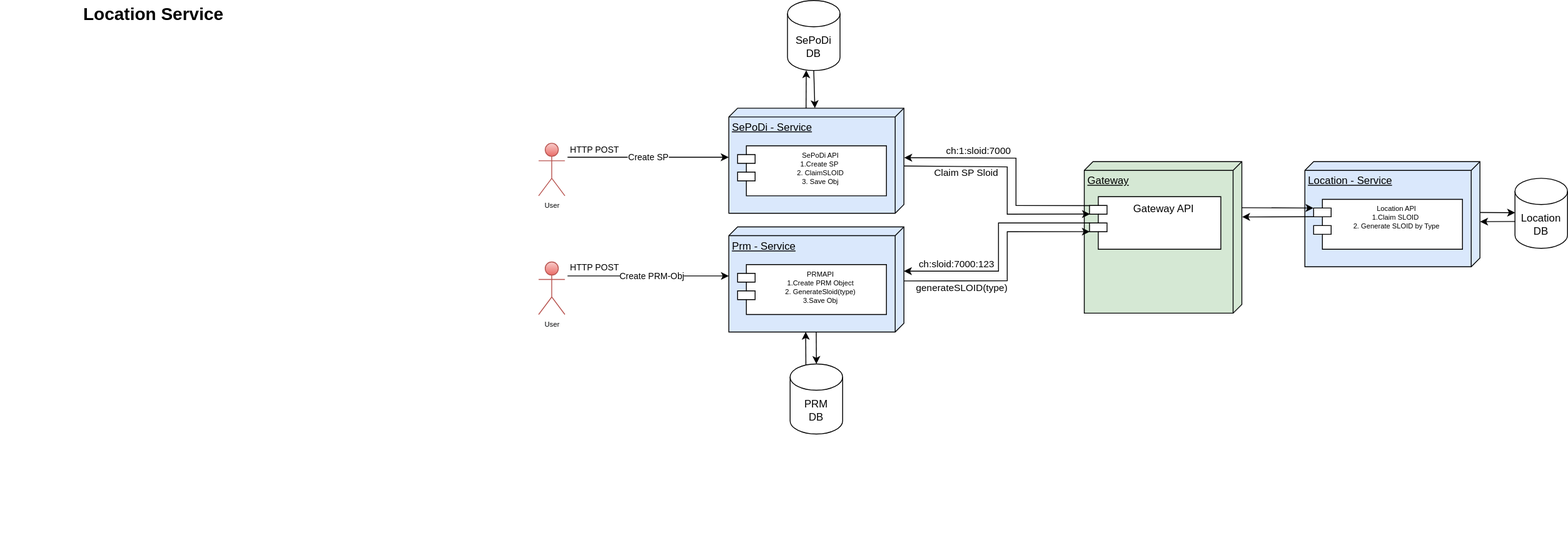
Earlier version of the draw.io export location/documentation/location-service.svg (SchweizerischeBundesbahnen/atlas). Source tidied: cells renumbered, new cells last; positions are measured from the earlier drawing's top-left corner, leaving out a move shared by most shapes.
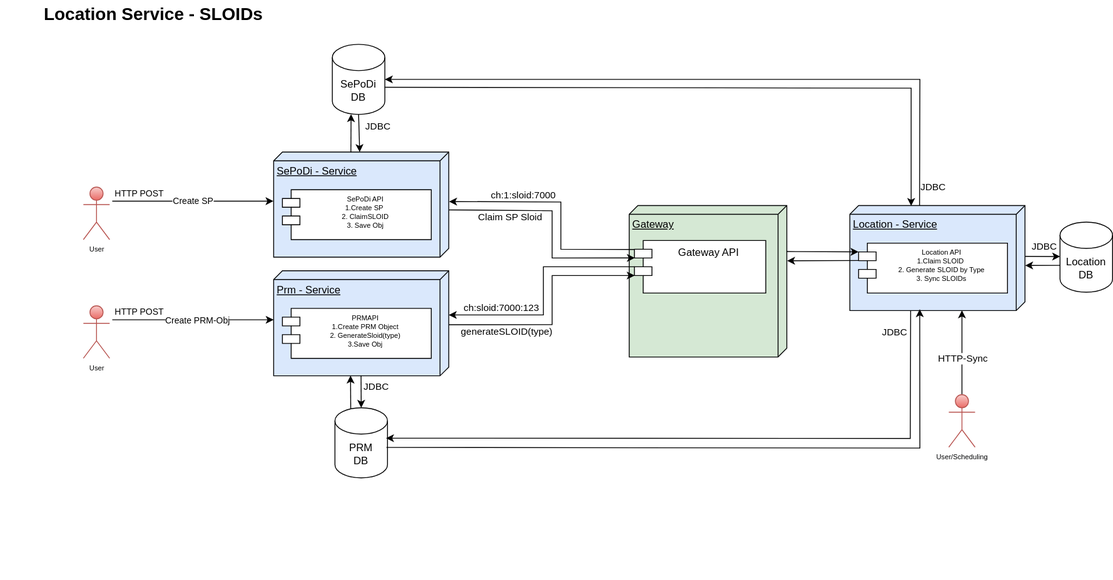
After the change.

Diff of the diagram source:
```diff
@@ -27,8 +27,8 @@
     <mxCell id="7" value="Gateway API" style="shape=module;align=left;spacingLeft=20;align=center;verticalAlign=top;" parent="1" vertex="1">
       <mxGeometry x="1244" y="224" width="150" height="60" as="geometry" />
     </mxCell>
-    <mxCell id="8" value="&lt;b&gt;&lt;font style=&quot;font-size: 20px;&quot;&gt;Location Service&lt;br&gt;&lt;/font&gt;&lt;/b&gt;" style="text;html=1;strokeColor=none;fillColor=none;align=center;verticalAlign=middle;whiteSpace=wrap;rounded=0;" parent="1" vertex="1">
-      <mxGeometry width="350" height="30" as="geometry" />
+    <mxCell id="8" value="&lt;b&gt;&lt;font style=&quot;font-size: 20px;&quot;&gt;Location Service - SLOIDs&lt;br&gt;&lt;/font&gt;&lt;/b&gt;" style="text;html=1;strokeColor=none;fillColor=none;align=center;verticalAlign=middle;whiteSpace=wrap;rounded=0;" parent="1" vertex="1">
+      <mxGeometry x="520" y="-50" width="350" height="30" as="geometry" />
     </mxCell>
     <mxCell id="9" value="SePoDi - Service" style="verticalAlign=top;align=left;spacingTop=8;spacingLeft=2;spacingRight=12;shape=cube;size=10;direction=south;fontStyle=4;html=1;fillColor=#dae8fc;strokeColor=#030405;" parent="1" vertex="1">
       <mxGeometry x="832" y="123" width="200" height="120" as="geometry" />
@@ -57,7 +57,7 @@
     <mxCell id="16" value="Location - Service" style="verticalAlign=top;align=left;spacingTop=8;spacingLeft=2;spacingRight=12;shape=cube;size=10;direction=south;fontStyle=4;html=1;fillColor=#dae8fc;strokeColor=#030405;" parent="1" vertex="1">
       <mxGeometry x="1490" y="184" width="200" height="120" as="geometry" />
     </mxCell>
-    <mxCell id="17" value="Location API&#10;1.Claim SLOID &#10;2. Generate SLOID by Type" style="shape=module;align=left;spacingLeft=20;align=center;verticalAlign=top;fontSize=8;" parent="1" vertex="1">
+    <mxCell id="17" value="Location API&#10;1.Claim SLOID &#10;2. Generate SLOID by Type&#10;3. Sync SLOIDs" style="shape=module;align=left;spacingLeft=20;align=center;verticalAlign=top;fontSize=8;" parent="1" vertex="1">
       <mxGeometry x="1500" y="227" width="170" height="57" as="geometry" />
     </mxCell>
     <mxCell id="18" value="Location&lt;br&gt;DB" style="shape=cylinder3;whiteSpace=wrap;html=1;boundedLbl=1;backgroundOutline=1;size=15;" parent="1" vertex="1">
@@ -69,15 +69,30 @@
     <mxCell id="20" style="endArrow=classic;html=1;rounded=0;exitX=0.5;exitY=1;exitDx=0;exitDy=0;exitPerimeter=0;" parent="1" edge="1" source="10" target="9">
       <mxGeometry relative="1" as="geometry" />
     </mxCell>
+    <mxCell id="39" value="JDBC" style="edgeLabel;html=1;align=center;verticalAlign=middle;" parent="20" vertex="1">
+      <mxGeometry x="-0.38" y="2" relative="1" as="geometry">
+        <mxPoint x="19" as="offset" />
+      </mxGeometry>
+    </mxCell>
     <mxCell id="21" style="endArrow=classic;html=1;rounded=0;exitX=0.3;exitY=0.01;exitDx=0;exitDy=0;exitPerimeter=0;entryX=0.998;entryY=0.561;entryDx=0;entryDy=0;entryPerimeter=0;" parent="1" edge="1" source="14" target="13">
       <mxGeometry relative="1" as="geometry" />
     </mxCell>
     <mxCell id="22" style="endArrow=classic;html=1;rounded=0;entryX=0.5;entryY=0;entryDx=0;entryDy=0;entryPerimeter=0;exitX=0.999;exitY=0.501;exitDx=0;exitDy=0;exitPerimeter=0;" parent="1" edge="1" source="13" target="14">
       <mxGeometry relative="1" as="geometry" />
     </mxCell>
+    <mxCell id="40" value="JDBC" style="edgeLabel;html=1;align=center;verticalAlign=middle;" parent="22" vertex="1">
+      <mxGeometry x="-0.37" y="1" relative="1" as="geometry">
+        <mxPoint x="16" y="1" as="offset" />
+      </mxGeometry>
+    </mxCell>
     <mxCell id="23" style="endArrow=classic;html=1;rounded=0;exitX=0.484;exitY=-0.002;exitDx=0;exitDy=0;exitPerimeter=0;entryX=0.002;entryY=0.491;entryDx=0;entryDy=0;entryPerimeter=0;" parent="1" edge="1" source="16" target="18">
       <mxGeometry relative="1" as="geometry" />
     </mxCell>
+    <mxCell id="41" value="JDBC" style="edgeLabel;html=1;align=center;verticalAlign=middle;" parent="23" vertex="1">
+      <mxGeometry x="0.04" relative="1" as="geometry">
+        <mxPoint y="-12" as="offset" />
+      </mxGeometry>
+    </mxCell>
     <mxCell id="24" style="endArrow=classic;html=1;rounded=0;entryX=0.571;entryY=-0.001;entryDx=0;entryDy=0;entryPerimeter=0;exitX=0.003;exitY=0.617;exitDx=0;exitDy=0;exitPerimeter=0;" parent="1" edge="1" source="18" target="16">
       <mxGeometry relative="1" as="geometry" />
     </mxCell>
@@ -163,5 +178,52 @@
     <mxCell id="38" style="endArrow=classic;html=1;rounded=0;entryX=0.365;entryY=-0.002;entryDx=0;entryDy=0;entryPerimeter=0;exitX=0.001;exitY=0.348;exitDx=0;exitDy=0;exitPerimeter=0;" parent="1" edge="1" source="17" target="6">
       <mxGeometry relative="1" as="geometry" />
     </mxCell>
+    <mxCell id="42" style="endArrow=classic;html=1;rounded=0;entryX=0.998;entryY=0.36;entryDx=0;entryDy=0;entryPerimeter=0;exitX=0.5;exitY=0;exitDx=0;exitDy=0;exitPerimeter=0;" parent="1" edge="1" source="44" target="16">
+      <mxGeometry relative="1" as="geometry" />
+    </mxCell>
+    <mxCell id="43" value="HTTP-Sync" style="edgeLabel;html=1;align=center;verticalAlign=middle;" parent="42" vertex="1">
+      <mxGeometry x="-0.14" y="-1" relative="1" as="geometry" />
+    </mxCell>
+    <mxCell id="44" value="&lt;font color=&quot;#030405&quot;&gt;User/Scheduling&lt;/font&gt;" style="shape=umlActor;verticalLabelPosition=bottom;verticalAlign=top;html=1;outlineConnect=0;fontSize=8;strokeColor=#b85450;fillColor=#f8cecc;gradientColor=#ea6b66;" parent="1" vertex="1">
+      <mxGeometry x="1603" y="400" width="30" height="60" as="geometry" />
+    </mxCell>
+    <mxCell id="45" style="endArrow=classic;html=1;rounded=0;exitX=0.002;exitY=0.602;exitDx=0;exitDy=0;exitPerimeter=0;" parent="1" edge="1" source="16" target="10">
+      <mxGeometry relative="1" as="geometry">
+        <Array as="points">
+          <mxPoint x="1570" y="40" />
+        </Array>
+      </mxGeometry>
+    </mxCell>
+    <mxCell id="46" value="JDBC&lt;br&gt;" style="edgeLabel;html=1;align=center;verticalAlign=middle;" parent="45" vertex="1">
+      <mxGeometry x="-0.9" relative="1" as="geometry">
+        <mxPoint x="15" y="18" as="offset" />
+      </mxGeometry>
+    </mxCell>
+    <mxCell id="47" style="endArrow=none;html=1;rounded=0;exitX=0.004;exitY=0.65;exitDx=0;exitDy=0;exitPerimeter=0;startArrow=classic;startFill=1;endFill=0;entryX=0.995;entryY=0.613;entryDx=0;entryDy=0;entryPerimeter=0;" parent="1" edge="1" source="16" target="10">
+      <mxGeometry relative="1" as="geometry">
+        <Array as="points">
+          <mxPoint x="1560" y="50" />
+        </Array>
+      </mxGeometry>
+    </mxCell>
+    <mxCell id="48" style="endArrow=classic;html=1;rounded=0;exitX=0.998;exitY=0.653;exitDx=0;exitDy=0;exitPerimeter=0;entryX=0.972;entryY=0.434;entryDx=0;entryDy=0;entryPerimeter=0;" parent="1" edge="1" source="16" target="14">
+      <mxGeometry relative="1" as="geometry">
+        <Array as="points">
+          <mxPoint x="1559" y="450" />
+        </Array>
+      </mxGeometry>
+    </mxCell>
+    <mxCell id="49" value="JDBC" style="edgeLabel;html=1;align=center;verticalAlign=middle;" parent="48" vertex="1">
+      <mxGeometry x="-0.94" y="-2" relative="1" as="geometry">
+        <mxPoint x="-17" y="2" as="offset" />
+      </mxGeometry>
+    </mxCell>
+    <mxCell id="50" style="endArrow=none;html=1;rounded=0;exitX=0.987;exitY=0.601;exitDx=0;exitDy=0;exitPerimeter=0;entryX=0.98;entryY=0.566;entryDx=0;entryDy=0;entryPerimeter=0;startArrow=classic;startFill=1;endFill=0;" parent="1" edge="1" source="16" target="14">
+      <mxGeometry relative="1" as="geometry">
+        <Array as="points">
+          <mxPoint x="1570" y="461" />
+        </Array>
+      </mxGeometry>
+    </mxCell>
   </root>
 </mxGraphModel>
```
